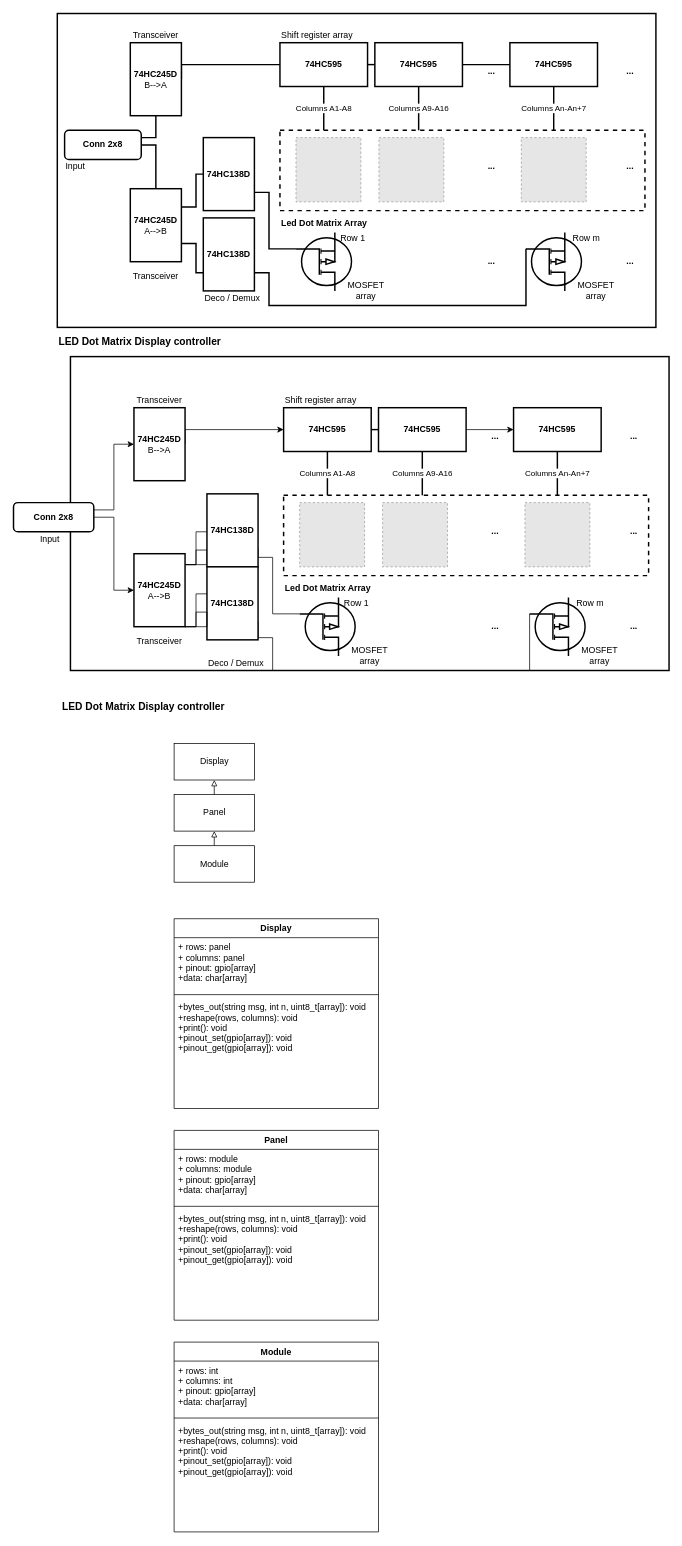
charlieromano/PIDS keeps this draw.io diagram as Pics/blockDiagram.drawio. Above is the earlier version. Source tidied: cells renumbered, new cells numbered last; positions are measured from the earlier drawing's top-left corner, leaving out a move shared by most shapes. Both pictures are drawn from the tidied source at 73%, with x=0, y=0 at pixel (13, 13). Pictures stored in the file or linked from it are replaced by grey dashed boxes.
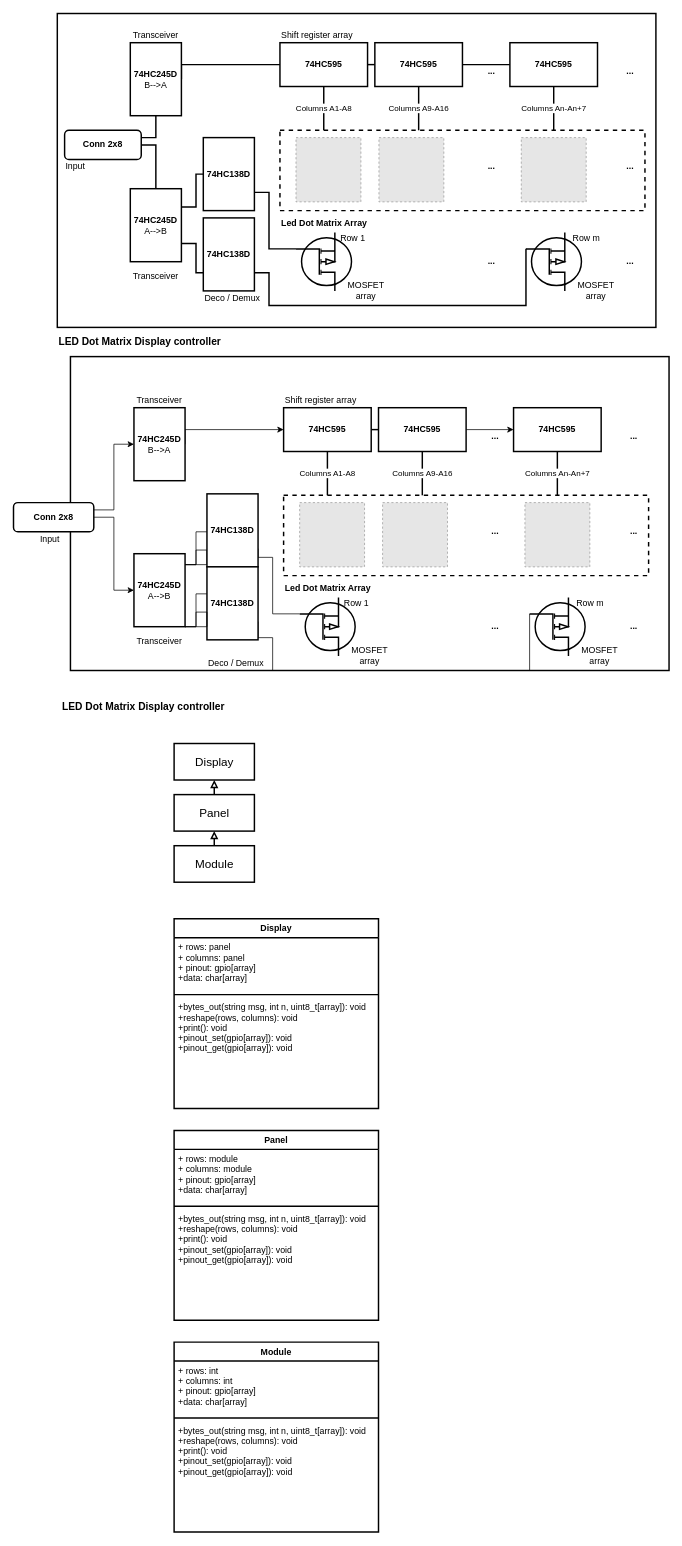
After the change.

The edit, as a diff of the source:
```diff
@@
-    <mxCell id="94" value="Module" style="swimlane;fontStyle=1;align=center;verticalAlign=top;horizontal=1;startSize=26;" parent="1" vertex="1">
+    <mxCell id="94" value="Module" style="swimlane;fontStyle=1;align=center;verticalAlign=top;horizontal=1;startSize=26;strokeWidth=2;" parent="1" vertex="1">
       <mxGeometry x="220" y="1820" width="280" height="260" as="geometry" />
     </mxCell>
-    <mxCell id="95" value="+ rows: int&#10;+ columns: int&#10;+ pinout: gpio[array]&#10;+data: char[array]&#10;&#10;" style="text;strokeColor=none;fillColor=none;align=left;verticalAlign=top;spacingLeft=4;spacingRight=4;overflow=hidden;" parent="94" vertex="1">
+    <mxCell id="95" value="+ rows: int&#10;+ columns: int&#10;+ pinout: gpio[array]&#10;+data: char[array]&#10;&#10;" style="text;strokeColor=none;fillColor=none;align=left;verticalAlign=top;spacingLeft=4;spacingRight=4;overflow=hidden;strokeWidth=2;" parent="94" vertex="1">
       <mxGeometry y="26" width="280" height="74" as="geometry" />
     </mxCell>
-    <mxCell id="96" style="line;strokeWidth=1;fillColor=none;align=left;verticalAlign=middle;spacingTop=-1;spacingLeft=3;spacingRight=3;labelPosition=right;strokeColor=inherit;" parent="94" vertex="1">
+    <mxCell id="96" style="line;strokeWidth=2;fillColor=none;align=left;verticalAlign=middle;spacingTop=-1;spacingLeft=3;spacingRight=3;labelPosition=right;strokeColor=inherit;" parent="94" vertex="1">
       <mxGeometry y="100" width="280" height="8" as="geometry" />
     </mxCell>
-    <mxCell id="97" value="+bytes_out(string msg, int n, uint8_t[array]): void&#10;+reshape(rows, columns): void&#10;+print(): void&#10;+pinout_set(gpio[array]): void&#10;+pinout_get(gpio[array]): void&#10;" style="text;strokeColor=none;fillColor=none;align=left;verticalAlign=top;spacingLeft=4;spacingRight=4;overflow=hidden;" parent="94" vertex="1">
+    <mxCell id="97" value="+bytes_out(string msg, int n, uint8_t[array]): void&#10;+reshape(rows, columns): void&#10;+print(): void&#10;+pinout_set(gpio[array]): void&#10;+pinout_get(gpio[array]): void&#10;" style="text;strokeColor=none;fillColor=none;align=left;verticalAlign=top;spacingLeft=4;spacingRight=4;overflow=hidden;strokeWidth=2;" parent="94" vertex="1">
       <mxGeometry y="108" width="280" height="152" as="geometry" />
     </mxCell>
-    <mxCell id="98" style="edgeStyle=orthogonalEdgeStyle;rounded=0;jettySize=auto;html=1;exitX=0.5;exitY=0;exitDx=0;exitDy=0;entryX=0.5;entryY=1;entryDx=0;entryDy=0;strokeWidth=1;endArrow=block;endFill=0;" parent="1" edge="1" source="99" target="100">
+    <mxCell id="98" style="edgeStyle=orthogonalEdgeStyle;rounded=0;jettySize=auto;html=1;exitX=0.5;exitY=0;exitDx=0;exitDy=0;entryX=0.5;entryY=1;entryDx=0;entryDy=0;strokeWidth=2;endArrow=block;endFill=0;fontSize=16;" parent="1" edge="1" source="99" target="100">
       <mxGeometry relative="1" as="geometry" />
     </mxCell>
-    <mxCell id="99" value="Module" style="html=1;" parent="1" vertex="1">
+    <mxCell id="99" value="Module" style="html=1;strokeWidth=2;fontSize=16;" parent="1" vertex="1">
       <mxGeometry x="220" y="1140" width="110" height="50" as="geometry" />
     </mxCell>
-    <mxCell id="100" value="Panel" style="html=1;" parent="1" vertex="1">
+    <mxCell id="100" value="Panel" style="html=1;strokeWidth=2;fontSize=16;" parent="1" vertex="1">
       <mxGeometry x="220" y="1070" width="110" height="50" as="geometry" />
     </mxCell>
-    <mxCell id="101" style="edgeStyle=orthogonalEdgeStyle;rounded=0;jettySize=auto;html=1;exitX=0.5;exitY=0;exitDx=0;exitDy=0;entryX=0.5;entryY=1;entryDx=0;entryDy=0;strokeWidth=1;endArrow=block;endFill=0;" parent="1" edge="1" source="100" target="102">
+    <mxCell id="101" style="edgeStyle=orthogonalEdgeStyle;rounded=0;jettySize=auto;html=1;exitX=0.5;exitY=0;exitDx=0;exitDy=0;entryX=0.5;entryY=1;entryDx=0;entryDy=0;strokeWidth=2;endArrow=block;endFill=0;fontSize=16;" parent="1" edge="1" source="100" target="102">
       <mxGeometry relative="1" as="geometry" />
     </mxCell>
-    <mxCell id="102" value="Display" style="html=1;" parent="1" vertex="1">
+    <mxCell id="102" value="Display" style="html=1;strokeWidth=2;fontSize=16;" parent="1" vertex="1">
       <mxGeometry x="220" y="1000" width="110" height="50" as="geometry" />
     </mxCell>
-    <mxCell id="103" value="Panel" style="swimlane;fontStyle=1;align=center;verticalAlign=top;horizontal=1;startSize=26;" parent="1" vertex="1">
+    <mxCell id="103" value="Panel" style="swimlane;fontStyle=1;align=center;verticalAlign=top;horizontal=1;startSize=26;strokeWidth=2;" parent="1" vertex="1">
       <mxGeometry x="220" y="1530" width="280" height="260" as="geometry" />
     </mxCell>
-    <mxCell id="104" value="+ rows: module&#10;+ columns: module&#10;+ pinout: gpio[array]&#10;+data: char[array]" style="text;strokeColor=none;fillColor=none;align=left;verticalAlign=top;spacingLeft=4;spacingRight=4;overflow=hidden;" parent="103" vertex="1">
+    <mxCell id="104" value="+ rows: module&#10;+ columns: module&#10;+ pinout: gpio[array]&#10;+data: char[array]" style="text;strokeColor=none;fillColor=none;align=left;verticalAlign=top;spacingLeft=4;spacingRight=4;overflow=hidden;strokeWidth=2;" parent="103" vertex="1">
       <mxGeometry y="26" width="280" height="74" as="geometry" />
     </mxCell>
-    <mxCell id="105" style="line;strokeWidth=1;fillColor=none;align=left;verticalAlign=middle;spacingTop=-1;spacingLeft=3;spacingRight=3;labelPosition=right;strokeColor=inherit;" parent="103" vertex="1">
+    <mxCell id="105" style="line;strokeWidth=2;fillColor=none;align=left;verticalAlign=middle;spacingTop=-1;spacingLeft=3;spacingRight=3;labelPosition=right;strokeColor=inherit;" parent="103" vertex="1">
       <mxGeometry y="100" width="280" height="8" as="geometry" />
     </mxCell>
-    <mxCell id="106" value="+bytes_out(string msg, int n, uint8_t[array]): void&#10;+reshape(rows, columns): void&#10;+print(): void&#10;+pinout_set(gpio[array]): void&#10;+pinout_get(gpio[array]): void&#10;" style="text;strokeColor=none;fillColor=none;align=left;verticalAlign=top;spacingLeft=4;spacingRight=4;overflow=hidden;" parent="103" vertex="1">
+    <mxCell id="106" value="+bytes_out(string msg, int n, uint8_t[array]): void&#10;+reshape(rows, columns): void&#10;+print(): void&#10;+pinout_set(gpio[array]): void&#10;+pinout_get(gpio[array]): void&#10;" style="text;strokeColor=none;fillColor=none;align=left;verticalAlign=top;spacingLeft=4;spacingRight=4;overflow=hidden;strokeWidth=2;" parent="103" vertex="1">
       <mxGeometry y="108" width="280" height="152" as="geometry" />
     </mxCell>
-    <mxCell id="107" value="Display" style="swimlane;fontStyle=1;align=center;verticalAlign=top;horizontal=1;startSize=26;" parent="1" vertex="1">
+    <mxCell id="107" value="Display" style="swimlane;fontStyle=1;align=center;verticalAlign=top;horizontal=1;startSize=26;strokeWidth=2;" parent="1" vertex="1">
       <mxGeometry x="220" y="1240" width="280" height="260" as="geometry" />
     </mxCell>
-    <mxCell id="108" value="+ rows: panel&#10;+ columns: panel&#10;+ pinout: gpio[array]&#10;+data: char[array]" style="text;strokeColor=none;fillColor=none;align=left;verticalAlign=top;spacingLeft=4;spacingRight=4;overflow=hidden;" parent="107" vertex="1">
+    <mxCell id="108" value="+ rows: panel&#10;+ columns: panel&#10;+ pinout: gpio[array]&#10;+data: char[array]" style="text;strokeColor=none;fillColor=none;align=left;verticalAlign=top;spacingLeft=4;spacingRight=4;overflow=hidden;strokeWidth=2;" parent="107" vertex="1">
       <mxGeometry y="26" width="280" height="74" as="geometry" />
     </mxCell>
-    <mxCell id="109" style="line;strokeWidth=1;fillColor=none;align=left;verticalAlign=middle;spacingTop=-1;spacingLeft=3;spacingRight=3;labelPosition=right;strokeColor=inherit;" parent="107" vertex="1">
+    <mxCell id="109" style="line;strokeWidth=2;fillColor=none;align=left;verticalAlign=middle;spacingTop=-1;spacingLeft=3;spacingRight=3;labelPosition=right;strokeColor=inherit;" parent="107" vertex="1">
       <mxGeometry y="100" width="280" height="8" as="geometry" />
     </mxCell>
-    <mxCell id="110" value="+bytes_out(string msg, int n, uint8_t[array]): void&#10;+reshape(rows, columns): void&#10;+print(): void&#10;+pinout_set(gpio[array]): void&#10;+pinout_get(gpio[array]): void&#10;" style="text;strokeColor=none;fillColor=none;align=left;verticalAlign=top;spacingLeft=4;spacingRight=4;overflow=hidden;" parent="107" vertex="1">
+    <mxCell id="110" value="+bytes_out(string msg, int n, uint8_t[array]): void&#10;+reshape(rows, columns): void&#10;+print(): void&#10;+pinout_set(gpio[array]): void&#10;+pinout_get(gpio[array]): void&#10;" style="text;strokeColor=none;fillColor=none;align=left;verticalAlign=top;spacingLeft=4;spacingRight=4;overflow=hidden;strokeWidth=2;" parent="107" vertex="1">
       <mxGeometry y="108" width="280" height="152" as="geometry" />
     </mxCell>
```
